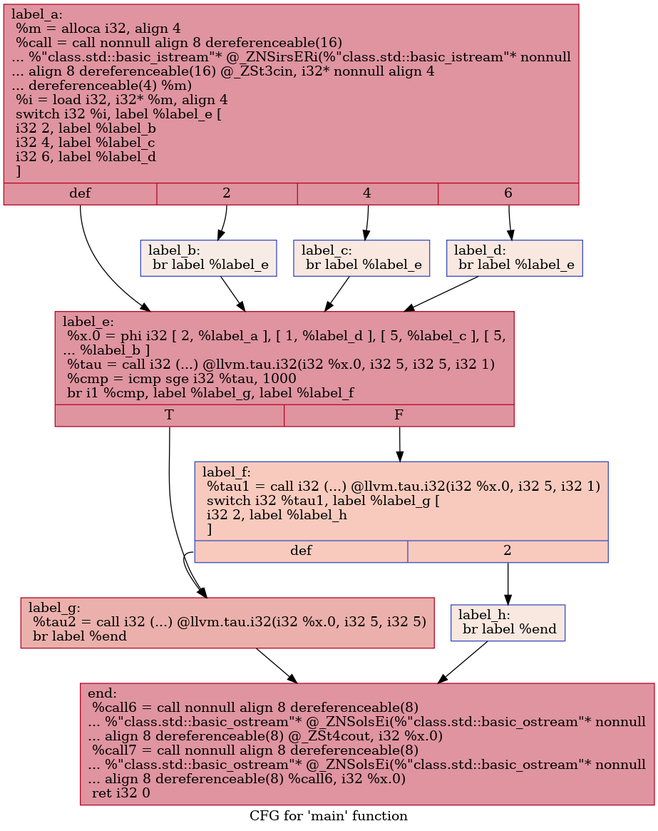
The Graphviz diagram IR/cfg/afterHPSSA.dot.png in HPSSA-LLVM/HPSSA-LLVM, before a commit. Its source is kept beside it as IR/cfg/afterHPSSA.dot.
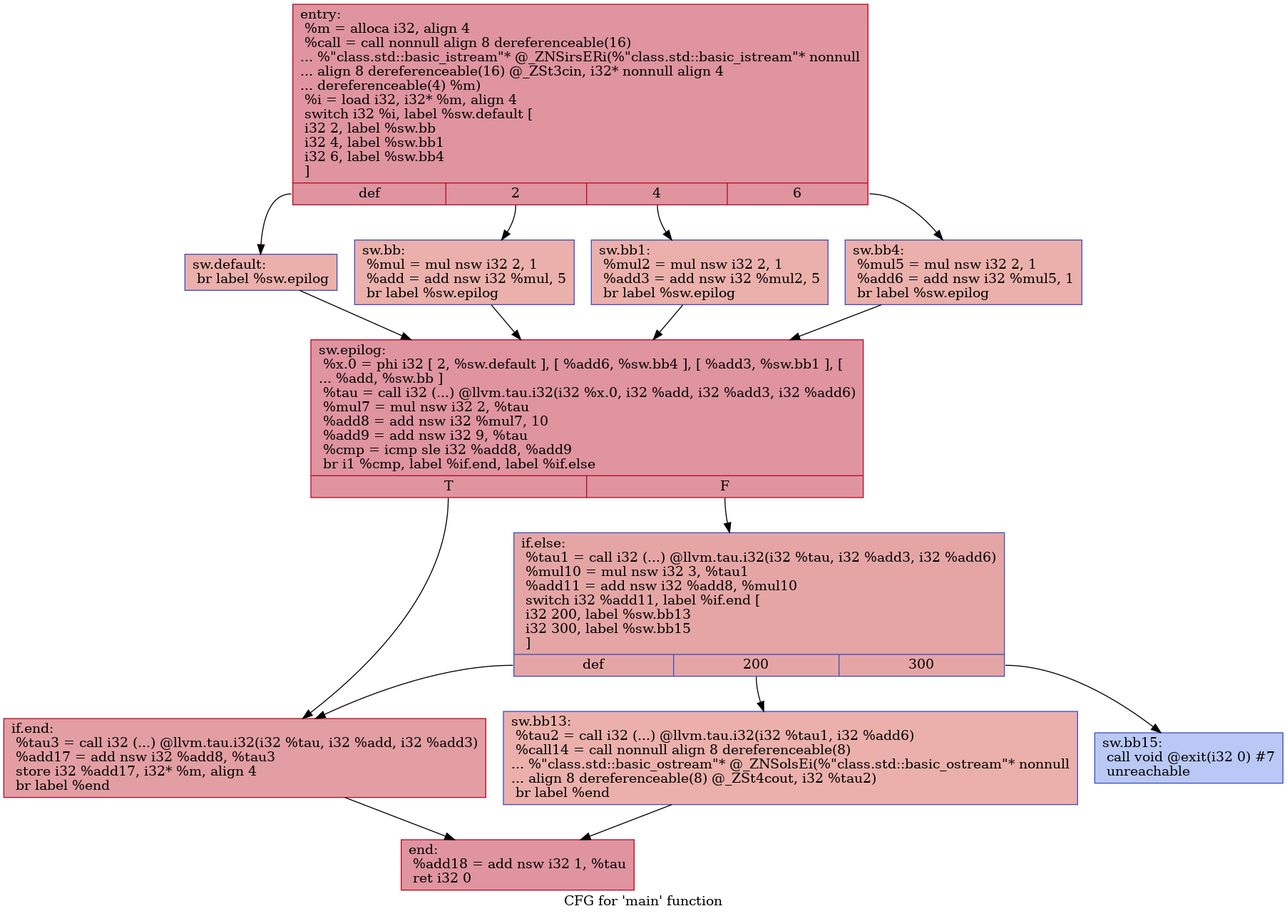
The same file after the commit.

The edit, as a diff of the source:
```diff
@@ -1,26 +1,30 @@
 digraph "CFG for 'main' function" {
 	label="CFG for 'main' function";
 
-	Node0x55e11deb5f50 [shape=record,color="#b70d28ff", style=filled, fillcolor="#b70d2870",label="{label_a:\l  %m = alloca i32, align 4\l  %call = call nonnull align 8 dereferenceable(16)\l... %\"class.std::basic_istream\"* @_ZNSirsERi(%\"class.std::basic_istream\"* nonnull\l... align 8 dereferenceable(16) @_ZSt3cin, i32* nonnull align 4\l... dereferenceable(4) %m)\l  %i = load i32, i32* %m, align 4\l  switch i32 %i, label %label_e [\l    i32 2, label %label_b\l    i32 4, label %label_c\l    i32 6, label %label_d\l  ]\l|{<s0>def|<s1>2|<s2>4|<s3>6}}"];
-	Node0x55e11deb5f50:s0 -> Node0x55e11deb6390;
-	Node0x55e11deb5f50:s1 -> Node0x55e11deb6490;
-	Node0x55e11deb5f50:s2 -> Node0x55e11deb6590;
-	Node0x55e11deb5f50:s3 -> Node0x55e11deb6690;
-	Node0x55e11deb6490 [shape=record,color="#3d50c3ff", style=filled, fillcolor="#ecd3c570",label="{label_b:                                          \l  br label %label_e\l}"];
-	Node0x55e11deb6490 -> Node0x55e11deb6390;
-	Node0x55e11deb6590 [shape=record,color="#3d50c3ff", style=filled, fillcolor="#f1ccb870",label="{label_c:                                          \l  br label %label_e\l}"];
-	Node0x55e11deb6590 -> Node0x55e11deb6390;
-	Node0x55e11deb6690 [shape=record,color="#3d50c3ff", style=filled, fillcolor="#f1ccb870",label="{label_d:                                          \l  br label %label_e\l}"];
-	Node0x55e11deb6690 -> Node0x55e11deb6390;
-	Node0x55e11deb6390 [shape=record,color="#b70d28ff", style=filled, fillcolor="#b70d2870",label="{label_e:                                          \l  %x.0 = phi i32 [ 2, %label_a ], [ 1, %label_d ], [ 5, %label_c ], [ 5,\l... %label_b ]\l  %tau = call i32 (...) @llvm.tau.i32(i32 %x.0, i32 5, i32 5, i32 1)\l  %cmp = icmp sge i32 %tau, 1000\l  br i1 %cmp, label %label_g, label %label_f\l|{<s0>T|<s1>F}}"];
-	Node0x55e11deb6390:s0 -> Node0x55e11deb6d60;
-	Node0x55e11deb6390:s1 -> Node0x55e11deb6dd0;
-	Node0x55e11deb6dd0 [shape=record,color="#3d50c3ff", style=filled, fillcolor="#ef886b70",label="{label_f:                                          \l  %tau1 = call i32 (...) @llvm.tau.i32(i32 %x.0, i32 5, i32 1)\l  switch i32 %tau1, label %label_g [\l    i32 2, label %label_h\l  ]\l|{<s0>def|<s1>2}}"];
-	Node0x55e11deb6dd0:s0 -> Node0x55e11deb6d60;
-	Node0x55e11deb6dd0:s1 -> Node0x55e11deb7100;
-	Node0x55e11deb6d60 [shape=record,color="#b70d28ff", style=filled, fillcolor="#d24b4070",label="{label_g:                                          \l  %tau2 = call i32 (...) @llvm.tau.i32(i32 %x.0, i32 5, i32 5)\l  br label %end\l}"];
-	Node0x55e11deb6d60 -> Node0x55e11deb72c0;
-	Node0x55e11deb7100 [shape=record,color="#3d50c3ff", style=filled, fillcolor="#f1ccb870",label="{label_h:                                          \l  br label %end\l}"];
-	Node0x55e11deb7100 -> Node0x55e11deb72c0;
-	Node0x55e11deb72c0 [shape=record,color="#b70d28ff", style=filled, fillcolor="#b70d2870",label="{end:                                              \l  %call6 = call nonnull align 8 dereferenceable(8)\l... %\"class.std::basic_ostream\"* @_ZNSolsEi(%\"class.std::basic_ostream\"* nonnull\l... align 8 dereferenceable(8) @_ZSt4cout, i32 %x.0)\l  %call7 = call nonnull align 8 dereferenceable(8)\l... %\"class.std::basic_ostream\"* @_ZNSolsEi(%\"class.std::basic_ostream\"* nonnull\l... align 8 dereferenceable(8) %call6, i32 %x.0)\l  ret i32 0\l}"];
+	Node0x559ed7f102f0 [shape=record,color="#b70d28ff", style=filled, fillcolor="#b70d2870",label="{entry:\l  %m = alloca i32, align 4\l  %call = call nonnull align 8 dereferenceable(16)\l... %\"class.std::basic_istream\"* @_ZNSirsERi(%\"class.std::basic_istream\"* nonnull\l... align 8 dereferenceable(16) @_ZSt3cin, i32* nonnull align 4\l... dereferenceable(4) %m)\l  %i = load i32, i32* %m, align 4\l  switch i32 %i, label %sw.default [\l    i32 2, label %sw.bb\l    i32 4, label %sw.bb1\l    i32 6, label %sw.bb4\l  ]\l|{<s0>def|<s1>2|<s2>4|<s3>6}}"];
+	Node0x559ed7f102f0:s0 -> Node0x559ed7f10730;
+	Node0x559ed7f102f0:s1 -> Node0x559ed7f10840;
+	Node0x559ed7f102f0:s2 -> Node0x559ed7f10940;
+	Node0x559ed7f102f0:s3 -> Node0x559ed7f10a40;
+	Node0x559ed7f10840 [shape=record,color="#3d50c3ff", style=filled, fillcolor="#d24b4070",label="{sw.bb:                                            \l  %mul = mul nsw i32 2, 1\l  %add = add nsw i32 %mul, 5\l  br label %sw.epilog\l}"];
+	Node0x559ed7f10840 -> Node0x559ed7f10cf0;
+	Node0x559ed7f10940 [shape=record,color="#3d50c3ff", style=filled, fillcolor="#d24b4070",label="{sw.bb1:                                           \l  %mul2 = mul nsw i32 2, 1\l  %add3 = add nsw i32 %mul2, 5\l  br label %sw.epilog\l}"];
+	Node0x559ed7f10940 -> Node0x559ed7f10cf0;
+	Node0x559ed7f10a40 [shape=record,color="#3d50c3ff", style=filled, fillcolor="#d24b4070",label="{sw.bb4:                                           \l  %mul5 = mul nsw i32 2, 1\l  %add6 = add nsw i32 %mul5, 1\l  br label %sw.epilog\l}"];
+	Node0x559ed7f10a40 -> Node0x559ed7f10cf0;
+	Node0x559ed7f10730 [shape=record,color="#3d50c3ff", style=filled, fillcolor="#d24b4070",label="{sw.default:                                       \l  br label %sw.epilog\l}"];
+	Node0x559ed7f10730 -> Node0x559ed7f10cf0;
+	Node0x559ed7f10cf0 [shape=record,color="#b70d28ff", style=filled, fillcolor="#b70d2870",label="{sw.epilog:                                        \l  %x.0 = phi i32 [ 2, %sw.default ], [ %add6, %sw.bb4 ], [ %add3, %sw.bb1 ], [\l... %add, %sw.bb ]\l  %tau = call i32 (...) @llvm.tau.i32(i32 %x.0, i32 %add, i32 %add3, i32 %add6)\l  %mul7 = mul nsw i32 2, %tau\l  %add8 = add nsw i32 %mul7, 10\l  %add9 = add nsw i32 9, %tau\l  %cmp = icmp sle i32 %add8, %add9\l  br i1 %cmp, label %if.end, label %if.else\l|{<s0>T|<s1>F}}"];
+	Node0x559ed7f10cf0:s0 -> Node0x559ed7f11a00;
+	Node0x559ed7f10cf0:s1 -> Node0x559ed7f11a70;
+	Node0x559ed7f11a70 [shape=record,color="#3d50c3ff", style=filled, fillcolor="#c5333470",label="{if.else:                                          \l  %tau1 = call i32 (...) @llvm.tau.i32(i32 %tau, i32 %add3, i32 %add6)\l  %mul10 = mul nsw i32 3, %tau1\l  %add11 = add nsw i32 %add8, %mul10\l  switch i32 %add11, label %if.end [\l    i32 200, label %sw.bb13\l    i32 300, label %sw.bb15\l  ]\l|{<s0>def|<s1>200|<s2>300}}"];
+	Node0x559ed7f11a70:s0 -> Node0x559ed7f11a00;
+	Node0x559ed7f11a70:s1 -> Node0x559ed7f120e0;
+	Node0x559ed7f11a70:s2 -> Node0x559ed7f12180;
+	Node0x559ed7f120e0 [shape=record,color="#3d50c3ff", style=filled, fillcolor="#d24b4070",label="{sw.bb13:                                          \l  %tau2 = call i32 (...) @llvm.tau.i32(i32 %tau1, i32 %add6)\l  %call14 = call nonnull align 8 dereferenceable(8)\l... %\"class.std::basic_ostream\"* @_ZNSolsEi(%\"class.std::basic_ostream\"* nonnull\l... align 8 dereferenceable(8) @_ZSt4cout, i32 %tau2)\l  br label %end\l}"];
+	Node0x559ed7f120e0 -> Node0x559ed7f126b0;
+	Node0x559ed7f12180 [shape=record,color="#3d50c3ff", style=filled, fillcolor="#6282ea70",label="{sw.bb15:                                          \l  call void @exit(i32 0) #7\l  unreachable\l}"];
+	Node0x559ed7f11a00 [shape=record,color="#b70d28ff", style=filled, fillcolor="#be242e70",label="{if.end:                                           \l  %tau3 = call i32 (...) @llvm.tau.i32(i32 %tau, i32 %add, i32 %add3)\l  %add17 = add nsw i32 %add8, %tau3\l  store i32 %add17, i32* %m, align 4\l  br label %end\l}"];
+	Node0x559ed7f11a00 -> Node0x559ed7f126b0;
+	Node0x559ed7f126b0 [shape=record,color="#b70d28ff", style=filled, fillcolor="#b70d2870",label="{end:                                              \l  %add18 = add nsw i32 1, %tau\l  ret i32 0\l}"];
 }
```
